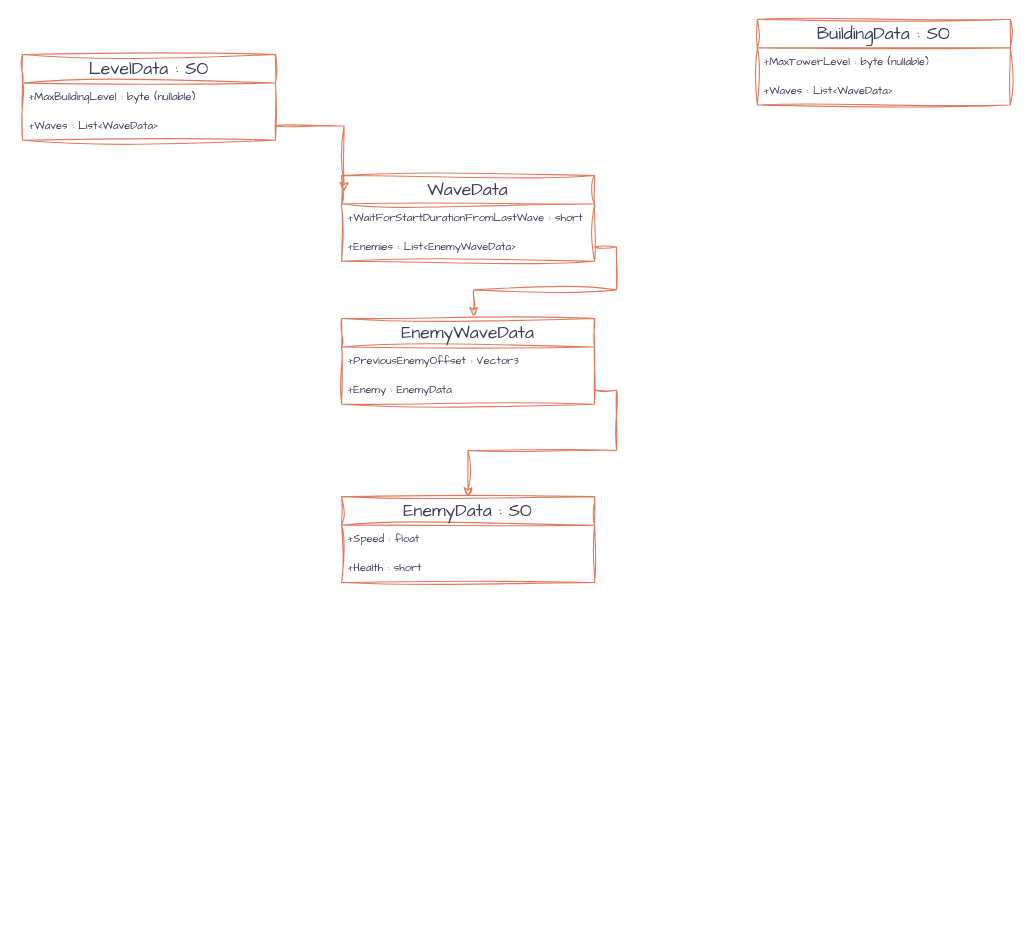
Above: DataScheme.drawio in emrullah-cengiz/TowerDefense (draw.io), before the change. Source tidied: cells renumbered, new cells numbered last; positions are measured from the earlier drawing's top-left corner, leaving out a move shared by most shapes. Both pictures are drawn from the tidied source at 110%, with x=0, y=0 at pixel (22, 19).
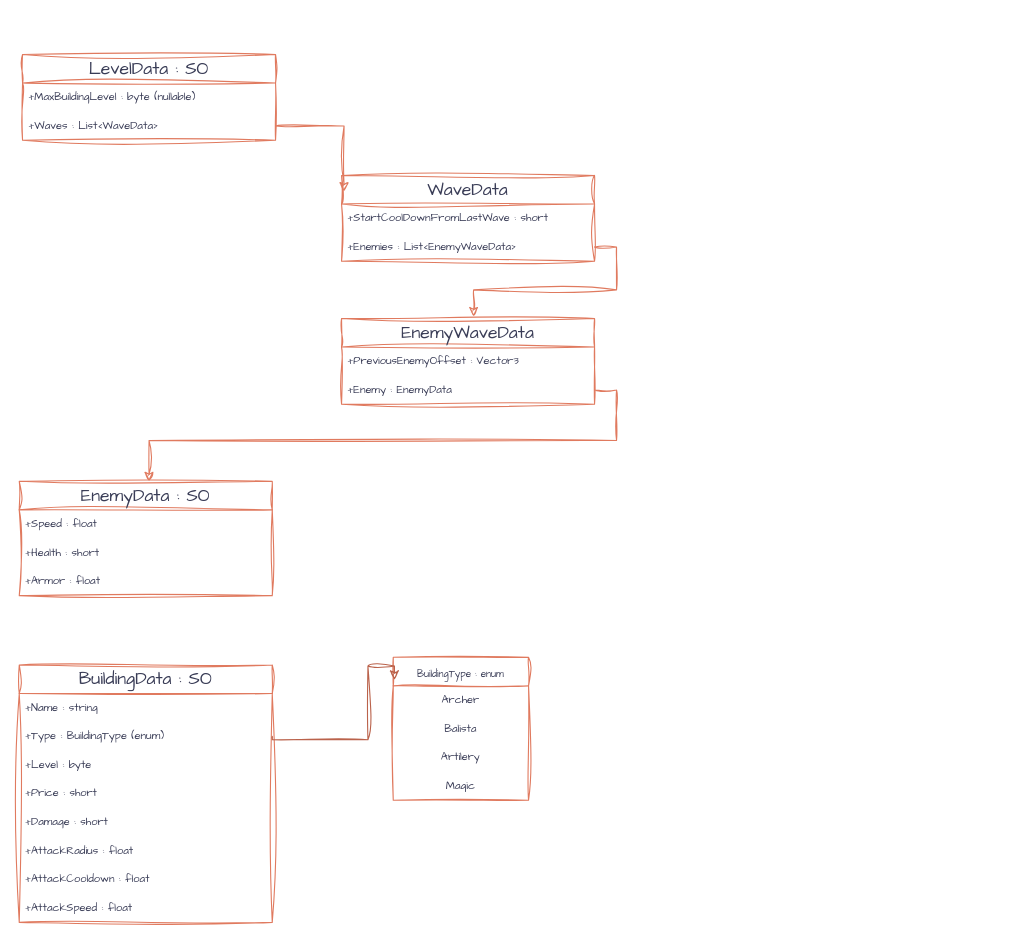
Above is the later version.

The change refers to these unchanged cells:
```xml
<mxCell id="6" value="WaveData" style="swimlane;fontStyle=0;horizontal=1;startSize=26;fillColor=none;whiteSpace=wrap;html=1;sketch=1;hachureGap=4;jiggle=2;curveFitting=1;fontFamily=Architects Daughter;fontSize=16;labelBackgroundColor=none;strokeColor=#E07A5F;fontColor=#393C56;" parent="1" vertex="1">
  <mxGeometry x="290" y="142" width="230" height="78" as="geometry" />
</mxCell>
<mxCell id="15" value="+Enemy : EnemyData" style="text;strokeColor=none;fillColor=none;align=left;verticalAlign=top;spacingLeft=4;spacingRight=4;overflow=hidden;points=[[0,0.5],[1,0.5]];portConstraint=eastwest;whiteSpace=wrap;html=1;fontSize=10;fontFamily=Architects Daughter;labelBackgroundColor=none;fontColor=#393C56;" parent="13" vertex="1">
  <mxGeometry y="52" width="230" height="26" as="geometry" />
</mxCell>
```

What changed in the source:
```diff
@@
-    <mxCell id="7" value="+WaitForStartDurationFromLastWave : short&lt;br style=&quot;border-color: var(--border-color); font-size: 12px;&quot;&gt;" style="text;strokeColor=none;fillColor=none;align=left;verticalAlign=top;spacingLeft=4;spacingRight=4;overflow=hidden;whiteSpace=wrap;html=1;fontSize=10;fontFamily=Architects Daughter;labelBackgroundColor=none;fontColor=#393C56;" parent="6" vertex="1">
+    <mxCell id="7" value="+StartCoolDownFromLastWave : short" style="text;strokeColor=none;fillColor=none;align=left;verticalAlign=top;spacingLeft=4;spacingRight=4;overflow=hidden;whiteSpace=wrap;html=1;fontSize=10;fontFamily=Architects Daughter;labelBackgroundColor=none;fontColor=#393C56;" parent="6" vertex="1">
       <mxGeometry y="26" width="230" height="26" as="geometry" />
     </mxCell>
@@
     <mxCell id="9" value="EnemyData : SO" style="swimlane;fontStyle=0;horizontal=1;startSize=26;fillColor=none;whiteSpace=wrap;html=1;sketch=1;hachureGap=4;jiggle=2;curveFitting=1;fontFamily=Architects Daughter;fontSize=16;labelBackgroundColor=none;strokeColor=#E07A5F;fontColor=#393C56;" parent="1" vertex="1">
-      <mxGeometry x="290" y="434" width="230" height="78" as="geometry" />
+      <mxGeometry x="-3" y="420" width="230" height="104" as="geometry" />
     </mxCell>
@@
+    <mxCell id="20" value="+Armor : float" style="text;strokeColor=none;fillColor=none;align=left;verticalAlign=top;spacingLeft=4;spacingRight=4;overflow=hidden;whiteSpace=wrap;html=1;fontSize=10;fontFamily=Architects Daughter;labelBackgroundColor=none;fontColor=#393C56;" parent="9" vertex="1">
+      <mxGeometry y="78" width="230" height="26" as="geometry" />
+    </mxCell>
@@
     <mxCell id="16" style="edgeStyle=orthogonalEdgeStyle;rounded=0;sketch=1;hachureGap=4;jiggle=2;curveFitting=1;jettySize=auto;html=1;exitX=1;exitY=0.5;exitDx=0;exitDy=0;strokeColor=#E07A5F;fontFamily=Architects Daughter;fontSize=16;fontColor=#393C56;fillColor=#F2CC8F;" parent="1" edge="1" source="15" target="9">
-      <mxGeometry relative="1" as="geometry" />
+      <mxGeometry relative="1" as="geometry">
+        <Array as="points">
+          <mxPoint x="540" y="337" />
+          <mxPoint x="540" y="383" />
+          <mxPoint x="115" y="383" />
+        </Array>
+      </mxGeometry>
     </mxCell>
     <mxCell id="17" value="&lt;font style=&quot;font-size: 16px;&quot;&gt;BuildingData : SO&lt;/font&gt;" style="swimlane;fontStyle=0;horizontal=1;startSize=26;fillColor=none;whiteSpace=wrap;html=1;sketch=1;hachureGap=4;jiggle=2;curveFitting=1;fontFamily=Architects Daughter;fontSize=16;labelBackgroundColor=none;strokeColor=#E07A5F;fontColor=#393C56;" parent="1" vertex="1">
-      <mxGeometry x="668" width="230" height="78" as="geometry" />
+      <mxGeometry x="-3" y="587" width="230" height="234" as="geometry" />
     </mxCell>
-    <mxCell id="18" value="+MaxTowerLevel : byte (nullable)&lt;br style=&quot;border-color: var(--border-color); font-size: 10px;&quot;&gt;" style="text;strokeColor=none;fillColor=none;align=left;verticalAlign=top;spacingLeft=4;spacingRight=4;overflow=hidden;whiteSpace=wrap;html=1;fontSize=10;fontFamily=Architects Daughter;labelBackgroundColor=none;fontColor=#393C56;" parent="17" vertex="1">
-      <mxGeometry y="26" width="230" height="26" as="geometry" />
-    </mxCell>
-    <mxCell id="19" value="+Waves : List&amp;lt;WaveData&amp;gt;" style="text;strokeColor=none;fillColor=none;align=left;verticalAlign=top;spacingLeft=4;spacingRight=4;overflow=hidden;whiteSpace=wrap;html=1;fontSize=10;fontFamily=Architects Daughter;labelBackgroundColor=none;fontColor=#393C56;" parent="17" vertex="1">
-      <mxGeometry y="52" width="230" height="26" as="geometry" />
+    <mxCell id="19" value="+Name : string" style="text;strokeColor=none;fillColor=none;align=left;verticalAlign=top;spacingLeft=4;spacingRight=4;overflow=hidden;whiteSpace=wrap;html=1;fontSize=10;fontFamily=Architects Daughter;labelBackgroundColor=none;fontColor=#393C56;" parent="17" vertex="1">
+      <mxGeometry y="26" width="230" height="26" as="geometry" />
     </mxCell>
+    <mxCell id="21" value="+Type : BuildingType (enum)" style="text;strokeColor=none;fillColor=none;align=left;verticalAlign=top;spacingLeft=4;spacingRight=4;overflow=hidden;points=[[0,0.5],[1,0.5]];portConstraint=eastwest;whiteSpace=wrap;html=1;fontSize=10;fontFamily=Architects Daughter;labelBackgroundColor=none;fontColor=#393C56;" parent="17" vertex="1">
+      <mxGeometry y="52" width="230" height="26" as="geometry" />
+    </mxCell>
+    <mxCell id="22" value="+Level : byte" style="text;strokeColor=none;fillColor=none;align=left;verticalAlign=top;spacingLeft=4;spacingRight=4;overflow=hidden;whiteSpace=wrap;html=1;fontSize=10;fontFamily=Architects Daughter;labelBackgroundColor=none;fontColor=#393C56;" parent="17" vertex="1">
+      <mxGeometry y="78" width="230" height="26" as="geometry" />
+    </mxCell>
+    <mxCell id="23" value="+Price : short" style="text;strokeColor=none;fillColor=none;align=left;verticalAlign=top;spacingLeft=4;spacingRight=4;overflow=hidden;whiteSpace=wrap;html=1;fontSize=10;fontFamily=Architects Daughter;labelBackgroundColor=none;fontColor=#393C56;" parent="17" vertex="1">
+      <mxGeometry y="104" width="230" height="26" as="geometry" />
+    </mxCell>
+    <mxCell id="24" value="+Damage : short" style="text;strokeColor=none;fillColor=none;align=left;verticalAlign=top;spacingLeft=4;spacingRight=4;overflow=hidden;whiteSpace=wrap;html=1;fontSize=10;fontFamily=Architects Daughter;labelBackgroundColor=none;fontColor=#393C56;" parent="17" vertex="1">
+      <mxGeometry y="130" width="230" height="26" as="geometry" />
+    </mxCell>
+    <mxCell id="25" value="+AttackRadius : float" style="text;strokeColor=none;fillColor=none;align=left;verticalAlign=top;spacingLeft=4;spacingRight=4;overflow=hidden;whiteSpace=wrap;html=1;fontSize=10;fontFamily=Architects Daughter;labelBackgroundColor=none;fontColor=#393C56;" parent="17" vertex="1">
+      <mxGeometry y="156" width="230" height="26" as="geometry" />
+    </mxCell>
+    <mxCell id="26" value="+AttackCooldown&amp;nbsp;: float" style="text;strokeColor=none;fillColor=none;align=left;verticalAlign=top;spacingLeft=4;spacingRight=4;overflow=hidden;whiteSpace=wrap;html=1;fontSize=10;fontFamily=Architects Daughter;labelBackgroundColor=none;fontColor=#393C56;" parent="17" vertex="1">
+      <mxGeometry y="182" width="230" height="26" as="geometry" />
+    </mxCell>
+    <mxCell id="27" value="+AttackSpeed : float" style="text;strokeColor=none;fillColor=none;align=left;verticalAlign=top;spacingLeft=4;spacingRight=4;overflow=hidden;whiteSpace=wrap;html=1;fontSize=10;fontFamily=Architects Daughter;labelBackgroundColor=none;fontColor=#393C56;" parent="17" vertex="1">
+      <mxGeometry y="208" width="230" height="26" as="geometry" />
+    </mxCell>
+    <mxCell id="28" value="&lt;font style=&quot;font-size: 9px;&quot;&gt;BuildingType : enum&lt;/font&gt;" style="swimlane;fontStyle=0;horizontal=1;startSize=26;fillColor=none;whiteSpace=wrap;html=1;sketch=1;hachureGap=4;jiggle=2;curveFitting=1;fontFamily=Architects Daughter;fontSize=16;labelBackgroundColor=none;strokeColor=#E07A5F;fontColor=#393C56;" parent="1" vertex="1">
+      <mxGeometry x="337" y="580" width="123" height="130" as="geometry" />
+    </mxCell>
+    <mxCell id="29" value="Archer" style="text;strokeColor=none;fillColor=none;align=center;verticalAlign=top;spacingLeft=4;spacingRight=4;overflow=hidden;whiteSpace=wrap;html=1;fontSize=10;fontFamily=Architects Daughter;labelBackgroundColor=none;fontColor=#393C56;" parent="28" vertex="1">
+      <mxGeometry y="26" width="123" height="26" as="geometry" />
+    </mxCell>
+    <mxCell id="30" value="Balista" style="text;strokeColor=none;fillColor=none;align=center;verticalAlign=top;spacingLeft=4;spacingRight=4;overflow=hidden;whiteSpace=wrap;html=1;fontSize=10;fontFamily=Architects Daughter;labelBackgroundColor=none;fontColor=#393C56;" parent="28" vertex="1">
+      <mxGeometry y="52" width="123" height="26" as="geometry" />
+    </mxCell>
+    <mxCell id="31" value="Artilery" style="text;strokeColor=none;fillColor=none;align=center;verticalAlign=top;spacingLeft=4;spacingRight=4;overflow=hidden;whiteSpace=wrap;html=1;fontSize=10;fontFamily=Architects Daughter;labelBackgroundColor=none;fontColor=#393C56;" parent="28" vertex="1">
+      <mxGeometry y="78" width="123" height="26" as="geometry" />
+    </mxCell>
+    <mxCell id="32" value="Magic" style="text;strokeColor=none;fillColor=none;align=center;verticalAlign=top;spacingLeft=4;spacingRight=4;overflow=hidden;whiteSpace=wrap;html=1;fontSize=10;fontFamily=Architects Daughter;labelBackgroundColor=none;fontColor=#393C56;" parent="28" vertex="1">
+      <mxGeometry y="104" width="123" height="26" as="geometry" />
+    </mxCell>
+    <mxCell id="33" style="edgeStyle=orthogonalEdgeStyle;rounded=0;sketch=1;hachureGap=4;jiggle=2;curveFitting=1;jettySize=auto;html=1;exitX=1;exitY=0.5;exitDx=0;exitDy=0;entryX=0.009;entryY=0.158;entryDx=0;entryDy=0;entryPerimeter=0;fontFamily=Architects Daughter;fontSize=16;fillColor=#f8cecc;strokeColor=#ba624b;" parent="1" edge="1" source="21" target="28">
+      <mxGeometry relative="1" as="geometry">
+        <Array as="points">
+          <mxPoint x="314" y="655" />
+          <mxPoint x="314" y="588" />
+        </Array>
+      </mxGeometry>
+    </mxCell>
```
